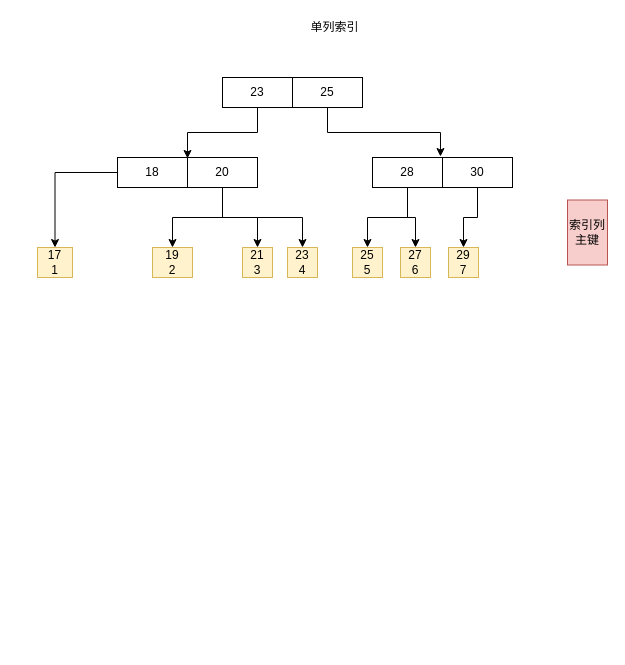
The draw.io diagram break/Untitled Diagram.drawio in longjiangxue/blogImage, before the edit. Source tidied: cells renumbered, new cells numbered last; positions are measured from the earlier drawing's top-left corner, leaving out a move shared by most shapes. Both pictures are drawn from the tidied source at 100%, with x=0, y=0 at pixel (37, 17).
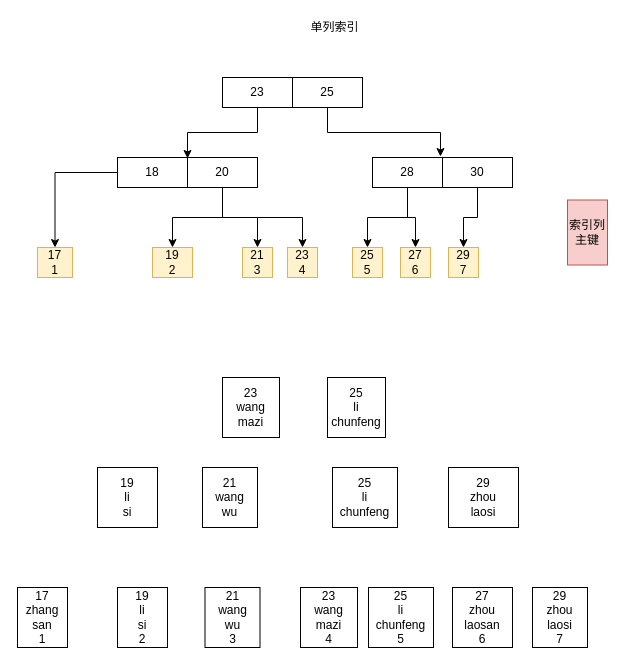
The same diagram, later.

Diff of the diagram source:
```diff
@@
+    <mxCell id="26" value="23&lt;br&gt;wang&lt;br&gt;mazi&lt;br&gt;4" style="rounded=0;whiteSpace=wrap;html=1;" parent="1" vertex="1">
+      <mxGeometry x="263" y="570" width="57" height="60" as="geometry" />
+    </mxCell>
+    <mxCell id="27" value="17&lt;br&gt;zhang&lt;br&gt;san&lt;br&gt;1" style="rounded=0;whiteSpace=wrap;html=1;" parent="1" vertex="1">
+      <mxGeometry x="-20" y="570" width="50" height="60" as="geometry" />
+    </mxCell>
+    <mxCell id="28" value="19&lt;br&gt;li&lt;br&gt;si&lt;br&gt;2" style="rounded=0;whiteSpace=wrap;html=1;" parent="1" vertex="1">
+      <mxGeometry x="80" y="570" width="50" height="60" as="geometry" />
+    </mxCell>
+    <mxCell id="29" value="21&lt;br&gt;wang&lt;br&gt;wu&lt;br&gt;3" style="rounded=0;whiteSpace=wrap;html=1;" parent="1" vertex="1">
+      <mxGeometry x="167.5" y="570" width="55" height="60" as="geometry" />
+    </mxCell>
+    <mxCell id="30" value="25&lt;br&gt;li&lt;br&gt;chunfeng&lt;br&gt;5" style="rounded=0;whiteSpace=wrap;html=1;" parent="1" vertex="1">
+      <mxGeometry x="331" y="570" width="65" height="60" as="geometry" />
+    </mxCell>
+    <mxCell id="31" value="27&lt;br&gt;zhou&lt;br&gt;laosan&lt;br&gt;6" style="rounded=0;whiteSpace=wrap;html=1;" parent="1" vertex="1">
+      <mxGeometry x="415" y="570" width="60" height="60" as="geometry" />
+    </mxCell>
+    <mxCell id="32" value="29&lt;br&gt;zhou&lt;br&gt;laosi&lt;br&gt;7" style="rounded=0;whiteSpace=wrap;html=1;" parent="1" vertex="1">
+      <mxGeometry x="495" y="570" width="55" height="60" as="geometry" />
+    </mxCell>
+    <mxCell id="33" value="23&lt;br&gt;wang&lt;br&gt;mazi" style="rounded=0;whiteSpace=wrap;html=1;" parent="1" vertex="1">
+      <mxGeometry x="185" y="360" width="57" height="60" as="geometry" />
+    </mxCell>
+    <mxCell id="34" value="25&lt;br&gt;li&lt;br&gt;chunfeng" style="rounded=0;whiteSpace=wrap;html=1;" parent="1" vertex="1">
+      <mxGeometry x="290" y="360" width="58" height="60" as="geometry" />
+    </mxCell>
+    <mxCell id="35" value="19&lt;br&gt;li&lt;br&gt;si" style="rounded=0;whiteSpace=wrap;html=1;" parent="1" vertex="1">
+      <mxGeometry x="60" y="450" width="60" height="60" as="geometry" />
+    </mxCell>
+    <mxCell id="36" value="21&lt;br&gt;wang&lt;br&gt;wu" style="rounded=0;whiteSpace=wrap;html=1;" parent="1" vertex="1">
+      <mxGeometry x="165" y="450" width="55" height="60" as="geometry" />
+    </mxCell>
+    <mxCell id="37" value="25&lt;br&gt;li&lt;br&gt;chunfeng" style="rounded=0;whiteSpace=wrap;html=1;" parent="1" vertex="1">
+      <mxGeometry x="295" y="450" width="65" height="60" as="geometry" />
+    </mxCell>
+    <mxCell id="38" value="29&lt;br&gt;zhou&lt;br&gt;laosi" style="rounded=0;whiteSpace=wrap;html=1;" parent="1" vertex="1">
+      <mxGeometry x="411" y="450" width="70" height="60" as="geometry" />
+    </mxCell>
```
